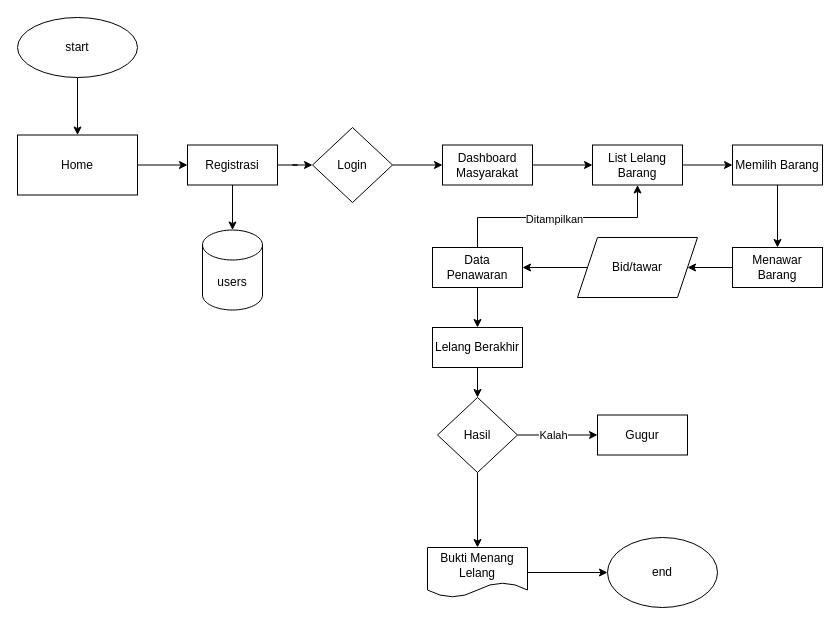
Earlier version of the draw.io diagram page "masyarakat" (1 of 3) of alur masyarakat.drawio (Davalvauzi/projek_lelang). Source tidied: cells renumbered, new cells numbered last; positions are measured from the earlier drawing's top-left corner, leaving out a move shared by most shapes. Both pictures are drawn from the tidied source at 100%, with x=0, y=0 at pixel (17, 17).
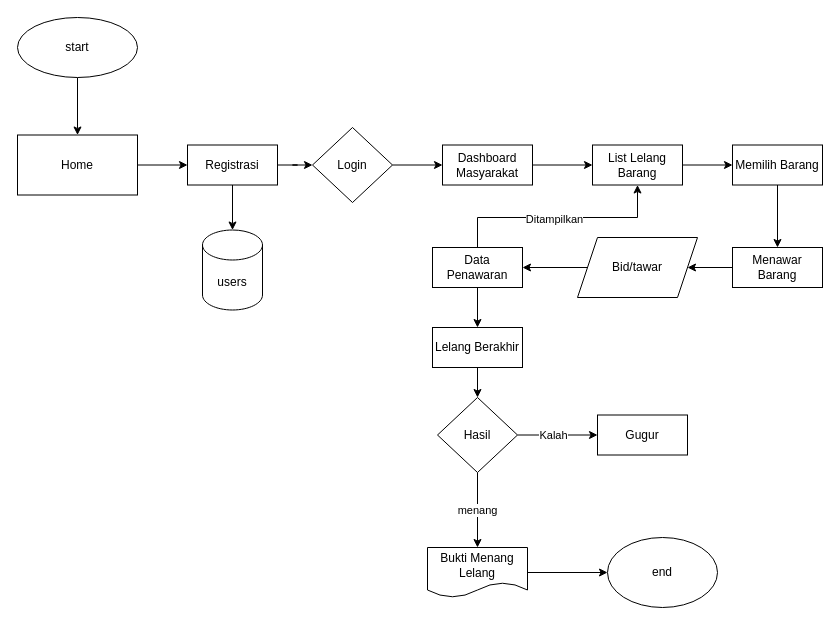
After the change.

Unchanged cells that the change refers to:
```xml
<mxCell id="28" value="Hasil" style="rhombus;whiteSpace=wrap;html=1;" parent="1" vertex="1">
  <mxGeometry x="420" y="380" width="80" height="75" as="geometry" />
</mxCell>
<mxCell id="31" value="Bukti Menang Lelang" style="shape=document;whiteSpace=wrap;html=1;boundedLbl=1;" parent="1" vertex="1">
  <mxGeometry x="410" y="530" width="100" height="50" as="geometry" />
</mxCell>
```

Diff of the diagram source:
```diff
@@
-    <mxCell id="27" style="edgeStyle=orthogonalEdgeStyle;rounded=0;jettySize=auto;html=1;" parent="1" edge="1" source="28" target="31">
+    <mxCell id="27" value="menang" style="edgeStyle=orthogonalEdgeStyle;rounded=0;jettySize=auto;html=1;" parent="1" edge="1" source="28" target="31">
       <mxGeometry relative="1" as="geometry" />
     </mxCell>
```
